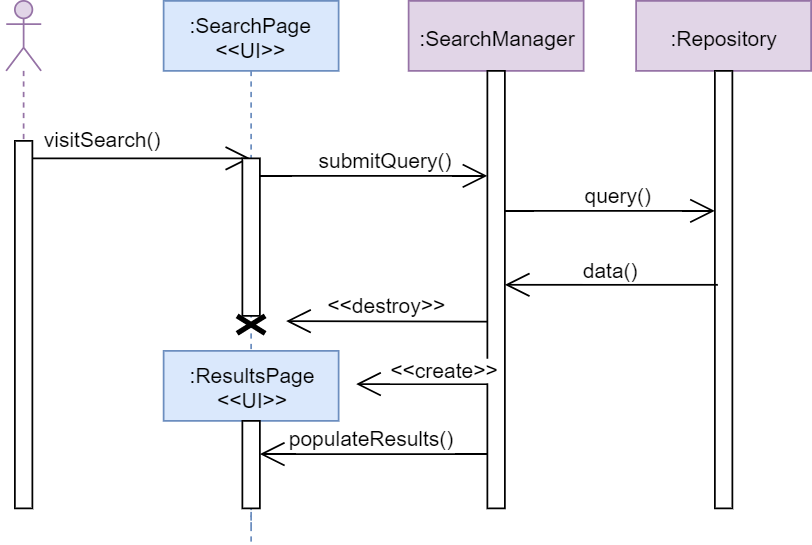
Above: docs/diagrams/Search Sequence.png in Zerocrossing/9605SEGroup2 (draw.io), before the change. Source tidied: cells renumbered, new cells last; positions are measured from the earlier drawing's top-left corner, leaving out a move shared by most shapes. Source of this version:
```xml
<mxGraphModel>
  <root>
    <mxCell id="0" />
    <mxCell id="1" parent="0" />
    <mxCell id="2" style="shape=umlLifeline;participant=umlActor;perimeter=lifelinePerimeter;whiteSpace=wrap;html=1;verticalAlign=top;spacingTop=36;labelBackgroundColor=#ffffff;fillColor=#e1d5e7;strokeColor=#9673a6;" parent="1" vertex="1">
      <mxGeometry width="20" height="290" as="geometry" />
    </mxCell>
    <mxCell id="3" style="endArrow=open;endFill=1;endSize=12;html=1;" parent="2" edge="1" target="5">
      <mxGeometry relative="1" as="geometry">
        <mxPoint x="10" y="90" as="sourcePoint" />
      </mxGeometry>
    </mxCell>
    <mxCell id="4" style="html=1;perimeter=orthogonalPerimeter;" parent="2" vertex="1">
      <mxGeometry x="5" y="80" width="10" height="210" as="geometry" />
    </mxCell>
    <mxCell id="5" value=":SearchPage&lt;br&gt;&amp;lt;&amp;lt;UI&amp;gt;&amp;gt;" style="shape=umlLifeline;perimeter=lifelinePerimeter;whiteSpace=wrap;html=1;outlineConnect=0;fillColor=#dae8fc;strokeColor=#6c8ebf;" parent="1" vertex="1">
      <mxGeometry x="90" width="100" height="300" as="geometry" />
    </mxCell>
    <mxCell id="6" style="html=1;points=[];perimeter=orthogonalPerimeter;" parent="5" vertex="1">
      <mxGeometry x="45" y="90" width="10" height="90" as="geometry" />
    </mxCell>
    <mxCell id="7" style="shape=umlDestroy;whiteSpace=wrap;html=1;strokeWidth=3;" parent="5" vertex="1">
      <mxGeometry x="42" y="180" width="16" height="10" as="geometry" />
    </mxCell>
    <mxCell id="8" value=":ResultsPage&lt;br&gt;&amp;lt;&amp;lt;UI&amp;gt;&amp;gt;" style="shape=umlLifeline;perimeter=lifelinePerimeter;whiteSpace=wrap;html=1;fillColor=#dae8fc;strokeColor=#6c8ebf;" parent="1" vertex="1">
      <mxGeometry x="90" y="200" width="100" height="110" as="geometry" />
    </mxCell>
    <mxCell id="9" style="html=1;points=[];perimeter=orthogonalPerimeter;" parent="8" vertex="1">
      <mxGeometry x="45" y="40" width="10" height="50" as="geometry" />
    </mxCell>
    <mxCell id="10" value="visitSearch()" style="text;html=1;align=left;verticalAlign=top;spacingTop=-4;" parent="1" vertex="1">
      <mxGeometry x="20" y="70" width="80" height="10" as="geometry" />
    </mxCell>
    <mxCell id="11" style="endArrow=open;endFill=1;endSize=12;html=1;" parent="1" edge="1" source="6" target="14">
      <mxGeometry relative="1" as="geometry">
        <Array as="points">
          <mxPoint x="160" y="100" />
        </Array>
      </mxGeometry>
    </mxCell>
    <mxCell id="12" value="submitQuery()" style="text;html=1;align=center;verticalAlign=middle;labelBackgroundColor=#ffffff;" parent="11" vertex="1">
      <mxGeometry x="0.21" y="-1" relative="1" as="geometry">
        <mxPoint x="-7.5" y="-10.5" as="offset" />
      </mxGeometry>
    </mxCell>
    <mxCell id="13" value=":SearchManager" style="shape=umlLifeline;perimeter=lifelinePerimeter;whiteSpace=wrap;html=1;fillColor=#e1d5e7;strokeColor=#9673a6;" parent="1" vertex="1">
      <mxGeometry x="230" width="100" height="290" as="geometry" />
    </mxCell>
    <mxCell id="14" style="html=1;points=[];perimeter=orthogonalPerimeter;" parent="13" vertex="1">
      <mxGeometry x="45" y="40" width="10" height="250" as="geometry" />
    </mxCell>
    <mxCell id="15" value=":Repository" style="shape=umlLifeline;perimeter=lifelinePerimeter;whiteSpace=wrap;html=1;fillColor=#e1d5e7;strokeColor=#9673a6;" parent="1" vertex="1">
      <mxGeometry x="360" width="100" height="290" as="geometry" />
    </mxCell>
    <mxCell id="16" style="html=1;points=[];perimeter=orthogonalPerimeter;" parent="15" vertex="1">
      <mxGeometry x="45" y="40" width="10" height="250" as="geometry" />
    </mxCell>
    <mxCell id="17" style="endArrow=open;endFill=1;endSize=12;html=1;" parent="1" edge="1" source="14" target="16">
      <mxGeometry relative="1" as="geometry">
        <Array as="points">
          <mxPoint x="360" y="120" />
        </Array>
      </mxGeometry>
    </mxCell>
    <mxCell id="18" value="query()" style="text;html=1;align=center;verticalAlign=middle;labelBackgroundColor=#ffffff;" parent="17" vertex="1">
      <mxGeometry x="0.21" y="-1" relative="1" as="geometry">
        <mxPoint x="-7.5" y="-10.5" as="offset" />
      </mxGeometry>
    </mxCell>
    <mxCell id="19" style="endArrow=open;endFill=1;endSize=12;html=1;exitX=0.169;exitY=0.489;exitDx=0;exitDy=0;exitPerimeter=0;" parent="1" edge="1" source="16" target="14">
      <mxGeometry relative="1" as="geometry" />
    </mxCell>
    <mxCell id="20" value="data()" style="text;html=1;align=center;verticalAlign=middle;labelBackgroundColor=#ffffff;" parent="19" vertex="1">
      <mxGeometry x="0.21" y="-1" relative="1" as="geometry">
        <mxPoint x="12.5" y="-8.5" as="offset" />
      </mxGeometry>
    </mxCell>
    <mxCell id="21" style="endArrow=open;endFill=1;endSize=12;html=1;" parent="1" edge="1">
      <mxGeometry relative="1" as="geometry">
        <mxPoint x="275" y="219" as="sourcePoint" />
        <mxPoint x="200" y="219" as="targetPoint" />
      </mxGeometry>
    </mxCell>
    <mxCell id="22" value="&amp;lt;&amp;lt;create&amp;gt;&amp;gt;" style="text;html=1;align=center;verticalAlign=middle;labelBackgroundColor=#ffffff;" parent="21" vertex="1">
      <mxGeometry x="0.21" y="-1" relative="1" as="geometry">
        <mxPoint x="20" y="-8" as="offset" />
      </mxGeometry>
    </mxCell>
    <mxCell id="23" style="endArrow=open;endFill=1;endSize=12;html=1;" parent="1" edge="1" target="9">
      <mxGeometry relative="1" as="geometry">
        <mxPoint x="275" y="259" as="sourcePoint" />
        <Array as="points">
          <mxPoint x="210" y="259" />
        </Array>
      </mxGeometry>
    </mxCell>
    <mxCell id="24" value="populateResults()" style="text;html=1;align=center;verticalAlign=middle;labelBackgroundColor=#ffffff;" parent="23" vertex="1">
      <mxGeometry x="0.21" y="-1" relative="1" as="geometry">
        <mxPoint x="12.5" y="-8.5" as="offset" />
      </mxGeometry>
    </mxCell>
    <mxCell id="25" style="endArrow=open;endFill=1;endSize=12;html=1;" parent="1" edge="1">
      <mxGeometry relative="1" as="geometry">
        <mxPoint x="275" y="183.3" as="sourcePoint" />
        <mxPoint x="160" y="183" as="targetPoint" />
      </mxGeometry>
    </mxCell>
    <mxCell id="26" value="&amp;lt;&amp;lt;destroy&amp;gt;&amp;gt;" style="text;html=1;align=center;verticalAlign=middle;labelBackgroundColor=#ffffff;" parent="25" vertex="1">
      <mxGeometry x="0.21" y="-1" relative="1" as="geometry">
        <mxPoint x="12.5" y="-8.5" as="offset" />
      </mxGeometry>
    </mxCell>
  </root>
</mxGraphModel>
```
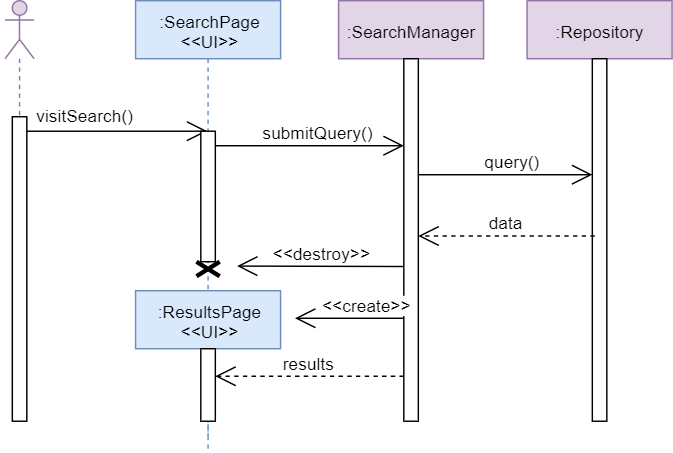
The same diagram one commit later.

Commit message:
Changed search sequence diagram

The edit, as a diff of the source:
```diff
@@ -67,10 +67,10 @@
         <mxPoint x="-7.5" y="-10.5" as="offset" />
       </mxGeometry>
     </mxCell>
-    <mxCell id="19" style="endArrow=open;endFill=1;endSize=12;html=1;exitX=0.169;exitY=0.489;exitDx=0;exitDy=0;exitPerimeter=0;" parent="1" edge="1" source="16" target="14">
+    <mxCell id="19" style="endArrow=open;endFill=1;endSize=12;html=1;exitX=0.169;exitY=0.489;exitDx=0;exitDy=0;exitPerimeter=0;dashed=1;" parent="1" edge="1" source="16" target="14">
       <mxGeometry relative="1" as="geometry" />
     </mxCell>
-    <mxCell id="20" value="data()" style="text;html=1;align=center;verticalAlign=middle;labelBackgroundColor=#ffffff;" parent="19" vertex="1">
+    <mxCell id="20" value="data" style="text;html=1;align=center;verticalAlign=middle;labelBackgroundColor=#ffffff;" parent="19" vertex="1">
       <mxGeometry x="0.21" y="-1" relative="1" as="geometry">
         <mxPoint x="12.5" y="-8.5" as="offset" />
       </mxGeometry>
@@ -86,7 +86,7 @@
         <mxPoint x="20" y="-8" as="offset" />
       </mxGeometry>
     </mxCell>
-    <mxCell id="23" style="endArrow=open;endFill=1;endSize=12;html=1;" parent="1" edge="1" target="9">
+    <mxCell id="23" style="endArrow=open;endFill=1;endSize=12;html=1;dashed=1;" parent="1" edge="1" target="9">
       <mxGeometry relative="1" as="geometry">
         <mxPoint x="275" y="259" as="sourcePoint" />
         <Array as="points">
@@ -94,7 +94,7 @@
         </Array>
       </mxGeometry>
     </mxCell>
-    <mxCell id="24" value="populateResults()" style="text;html=1;align=center;verticalAlign=middle;labelBackgroundColor=#ffffff;" parent="23" vertex="1">
+    <mxCell id="24" value="results" style="text;html=1;align=center;verticalAlign=middle;labelBackgroundColor=#ffffff;" parent="23" vertex="1">
       <mxGeometry x="0.21" y="-1" relative="1" as="geometry">
         <mxPoint x="12.5" y="-8.5" as="offset" />
       </mxGeometry>
```
